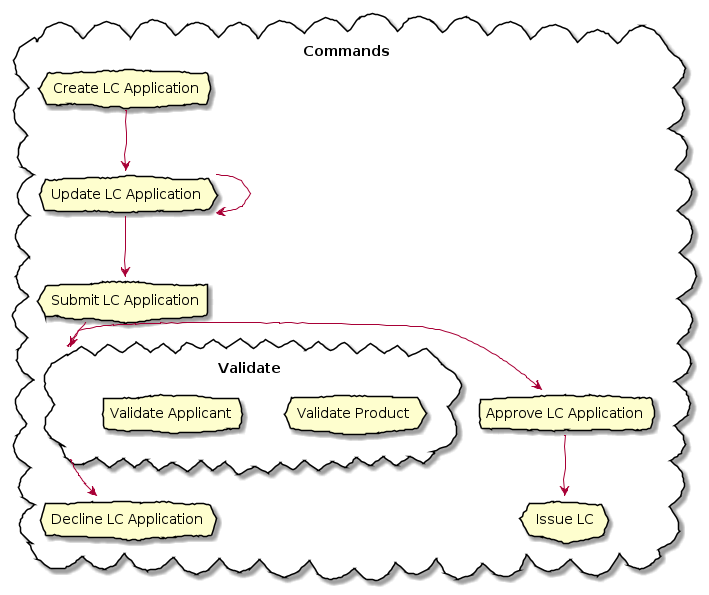
Before: images/potential-commands.png, a diagram exported from PlantUML (ddd-book-java/prem-website). Its diagram source:
```plantuml
@startuml
skinparam handwritten true
skinparam CloudFontName "Gloria Hallelujah"
cloud Commands {
    cloud "Create LC Application" as St
    cloud "Update LC Application" as U
    cloud "Submit LC Application" as Su
    cloud Validate as V {
        cloud "Validate Product" as VP
        cloud "Validate Applicant" as VA
    }
    cloud "Approve LC Application" as AA
    cloud "Decline LC Application" as DA
    cloud "Issue LC" as I

   St -down-> U
   U -down-> U
   U -down-> Su
   Su -down-> V
   V -right-> AA
   V --> DA
   AA --> I

}
@enduml
```
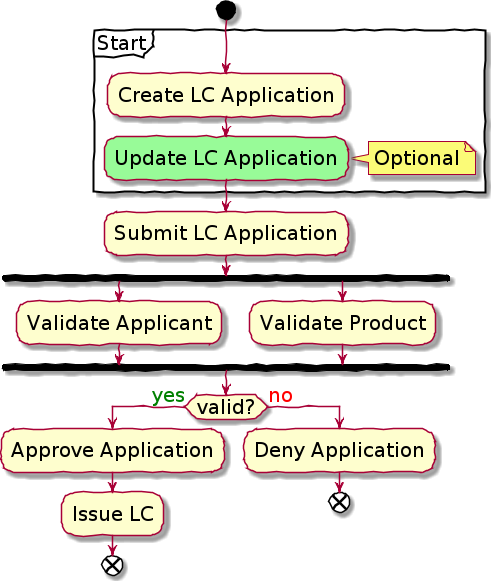
After the commit.

Diff of the diagram source:
```diff
@@ -1,25 +1,28 @@
 @startuml
 skinparam handwritten true
-skinparam CloudFontName "Gloria Hallelujah"
-cloud Commands {
-    cloud "Create LC Application" as St
-    cloud "Update LC Application" as U
-    cloud "Submit LC Application" as Su
-    cloud Validate as V {
-        cloud "Validate Product" as VP
-        cloud "Validate Applicant" as VA
-    }
-    cloud "Approve LC Application" as AA
-    cloud "Decline LC Application" as DA
-    cloud "Issue LC" as I
-
-   St -down-> U
-   U -down-> U
-   U -down-> Su
-   Su -down-> V
-   V -right-> AA
-   V --> DA
-   AA --> I
-
+<style>
+activityDiagram {
+  FontName "Gloria Hallelujah"
+  FontSize 20
 }
+</style>
+start
+partition Start {
+:Create LC Application;
+#palegreen:Update LC Application;
+note right: Optional
+}
+:Submit LC Application;
+fork
+:Validate Applicant;
+fork again
+:Validate Product;
+end fork
+if (valid?) is (<color:green>yes) then
+:Approve Application;
+:Issue LC;
+end
+else (<color:red>no)
+:Deny Application;
+end
 @enduml
```
